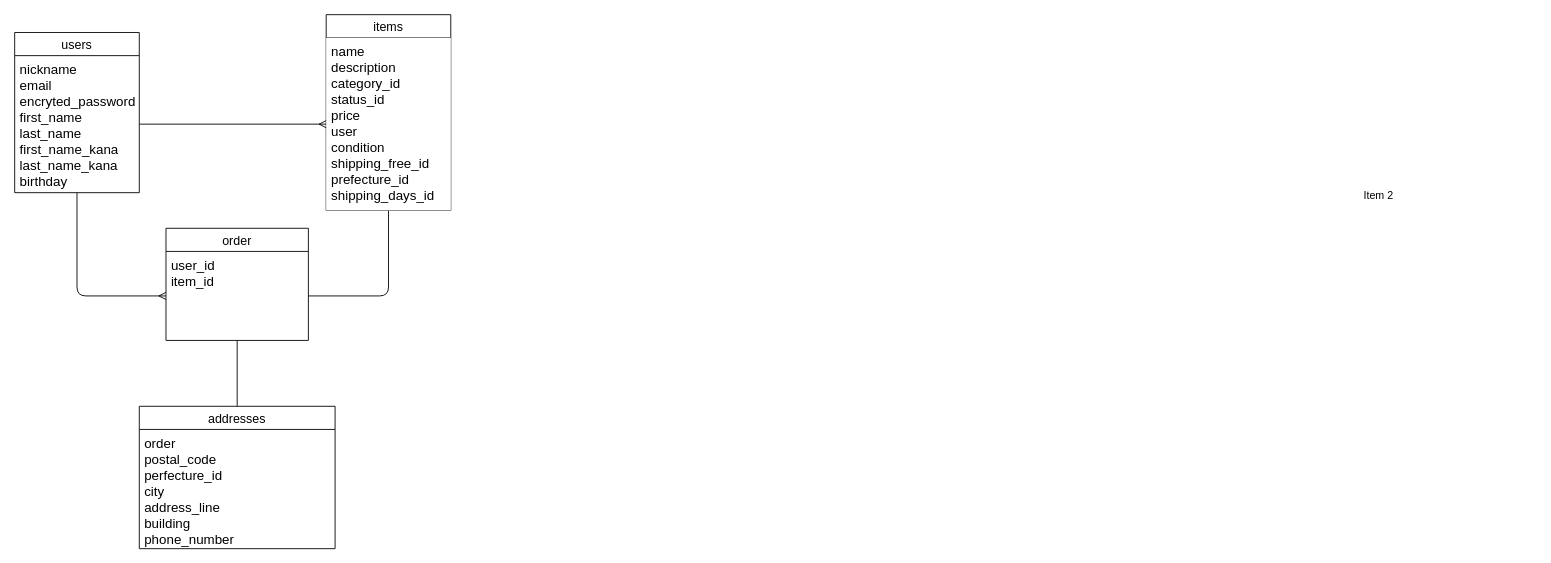
Earlier version of the draw.io diagram test.dio (YUICHI1011/furima-40339). Source tidied: cells renumbered, new cells numbered last; positions are measured from the earlier drawing's top-left corner, leaving out a move shared by most shapes. Both pictures are drawn from the tidied source at 89%, with x=0, y=0 at pixel (14, 14).
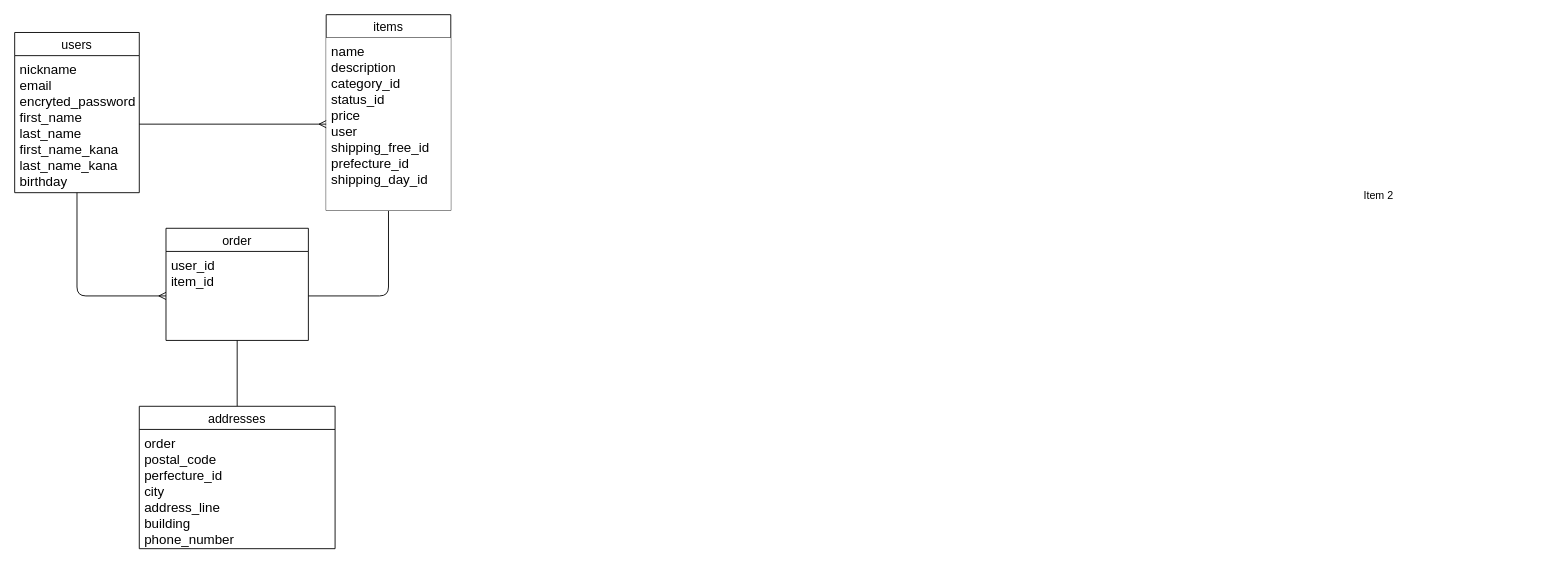
The same diagram, later.

Commit message:
データベース設計の再修正3

Change to the diagram source:
```diff
@@
 <mxGraphModel>
   <root>
     <mxCell id="0" />
     <mxCell id="1" parent="0" />
     <mxCell id="2" style="edgeStyle=orthogonalEdgeStyle;html=1;entryX=0;entryY=0.5;entryDx=0;entryDy=0;fontSize=15;endArrow=ERmany;endFill=0;" parent="1" edge="1" source="3" target="11">
       <mxGeometry relative="1" as="geometry" />
     </mxCell>
     <mxCell id="3" value="users" style="swimlane;fontStyle=0;horizontal=1;startSize=26;align=center;fontSize=14;" parent="1" vertex="1">
       <mxGeometry y="20" width="140" height="180" as="geometry" />
     </mxCell>
     <mxCell id="4" value="nickname&#10;email&#10;encryted_password&#10;first_name&#10;last_name&#10;first_name_kana&#10;last_name_kana&#10;birthday&#10;" style="text;strokeColor=none;fillColor=none;spacingLeft=4;spacingRight=4;overflow=hidden;points=[[0,0.5],[1,0.5]];portConstraint=eastwest;fontSize=15;align=left;fontStyle=0;" parent="3" vertex="1">
       <mxGeometry y="26" width="140" height="154" as="geometry" />
     </mxCell>
     <mxCell id="5" value="Item 2" style="text;strokeColor=none;fillColor=none;spacingLeft=4;spacingRight=4;overflow=hidden;fontSize=12;" parent="1" vertex="1">
       <mxGeometry x="1510" y="190" width="200" height="30" as="geometry" />
     </mxCell>
     <mxCell id="6" style="edgeStyle=orthogonalEdgeStyle;html=1;endArrow=none;endFill=0;" parent="1" edge="1" source="7" target="11">
       <mxGeometry relative="1" as="geometry" />
     </mxCell>
     <mxCell id="7" value="items" style="swimlane;fontStyle=0;horizontal=1;startSize=26;align=center;fontSize=14;" parent="1" vertex="1">
       <mxGeometry x="350" width="140" height="220" as="geometry" />
     </mxCell>
-    <mxCell id="8" value="name&#10;description&#10;category_id&#10;status_id&#10;price&#10;user&#10;condition&#10;shipping_free_id&#10;prefecture_id&#10;shipping_days_id&#10;&#10;" style="text;strokeColor=none;fillColor=default;spacingLeft=4;spacingRight=4;overflow=hidden;points=[[0,0.5],[1,0.5]];portConstraint=eastwest;fontSize=15;" parent="7" vertex="1">
+    <mxCell id="8" value="name&#10;description&#10;category_id&#10;status_id&#10;price&#10;user&#10;shipping_free_id&#10;prefecture_id&#10;shipping_day_id&#10;&#10;" style="text;strokeColor=none;fillColor=default;spacingLeft=4;spacingRight=4;overflow=hidden;points=[[0,0.5],[1,0.5]];portConstraint=eastwest;fontSize=15;" parent="7" vertex="1">
       <mxGeometry y="26" width="140" height="194" as="geometry" />
     </mxCell>
     <mxCell id="9" style="edgeStyle=orthogonalEdgeStyle;html=1;entryX=0.5;entryY=0;entryDx=0;entryDy=0;fontSize=15;endArrow=none;endFill=0;" parent="1" edge="1" source="10" target="12">
       <mxGeometry relative="1" as="geometry" />
     </mxCell>
     <mxCell id="10" value="order" style="swimlane;fontStyle=0;horizontal=1;startSize=26;align=center;fontSize=14;" parent="1" vertex="1">
       <mxGeometry x="170" y="240" width="160" height="126" as="geometry" />
     </mxCell>
     <mxCell id="11" value="user_id&#10;item_id" style="text;strokeColor=none;fillColor=none;spacingLeft=4;spacingRight=4;overflow=hidden;points=[[0,0.5],[1,0.5]];portConstraint=eastwest;fontSize=15;" parent="10" vertex="1">
       <mxGeometry y="26" width="160" height="100" as="geometry" />
     </mxCell>
     <mxCell id="12" value="addresses" style="swimlane;fontStyle=0;horizontal=1;startSize=26;align=center;fontSize=14;" parent="1" vertex="1">
       <mxGeometry x="140" y="440" width="220" height="160" as="geometry" />
     </mxCell>
     <mxCell id="13" value="order&#10;postal_code&#10;perfecture_id&#10;city&#10;address_line&#10;building&#10;phone_number" style="text;strokeColor=none;fillColor=none;spacingLeft=4;spacingRight=4;overflow=hidden;fontSize=15;" parent="12" vertex="1">
       <mxGeometry y="26" width="220" height="134" as="geometry" />
     </mxCell>
     <mxCell id="14" style="edgeStyle=none;html=1;exitX=1;exitY=0.5;exitDx=0;exitDy=0;entryX=0;entryY=0.5;entryDx=0;entryDy=0;endArrow=ERmany;endFill=0;" parent="1" edge="1" source="4" target="8">
       <mxGeometry relative="1" as="geometry" />
     </mxCell>
   </root>
 </mxGraphModel>
```
